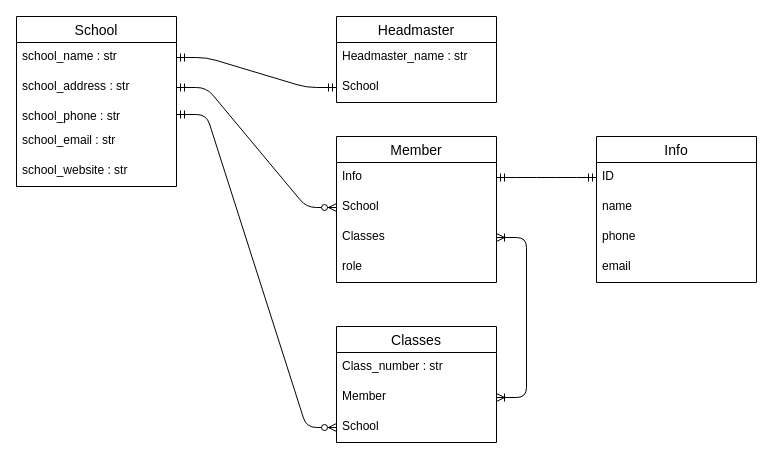
Above: db.drawio in Nxwbtk/Lexnetix-Assignment (draw.io), before the change. Source tidied: cells renumbered, new cells numbered last; positions are measured from the earlier drawing's top-left corner, leaving out a move shared by most shapes. Both pictures are drawn from the tidied source at 100%, with x=0, y=0 at pixel (16, 16).
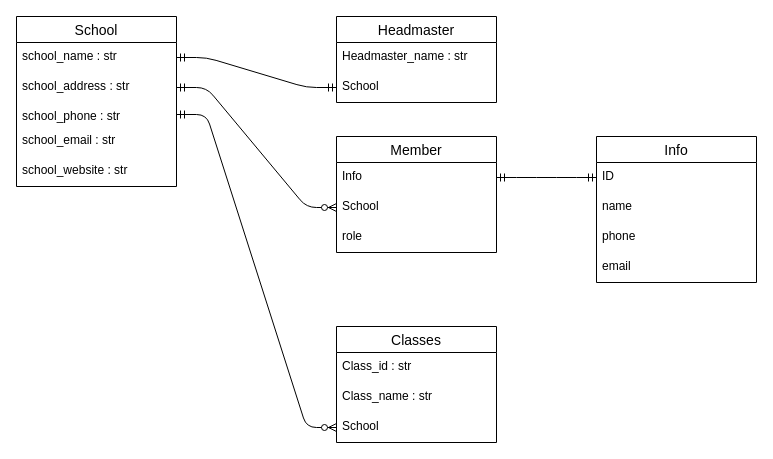
After the change.

The change refers to these unchanged cells:
```xml
<mxCell id="24" value="Classes" style="swimlane;fontStyle=0;horizontal=1;startSize=26;align=center;fontSize=14;" parent="1" vertex="1">
  <mxGeometry x="320" y="310" width="160" height="116" as="geometry" />
</mxCell>
```

Change to the diagram source:
```diff
@@
     <mxCell id="12" value="Member" style="swimlane;fontStyle=0;horizontal=1;startSize=26;align=center;fontSize=14;" parent="1" vertex="1">
-      <mxGeometry x="320" y="120" width="160" height="146" as="geometry" />
+      <mxGeometry x="320" y="120" width="160" height="116" as="geometry" />
     </mxCell>
@@
-    <mxCell id="15" value="Classes" style="text;strokeColor=none;fillColor=none;spacingLeft=4;spacingRight=4;overflow=hidden;points=[[0,0.5],[1,0.5]];portConstraint=eastwest;fontSize=12;" parent="12" vertex="1">
-      <mxGeometry y="86" width="160" height="30" as="geometry" />
-    </mxCell>
     <mxCell id="16" value="role" style="text;strokeColor=none;fillColor=none;spacingLeft=4;spacingRight=4;overflow=hidden;fontSize=12;" parent="12" vertex="1">
-      <mxGeometry y="116" width="160" height="30" as="geometry" />
+      <mxGeometry y="86" width="160" height="30" as="geometry" />
     </mxCell>
@@
-    <mxCell id="25" value="Class_number : str" style="text;strokeColor=none;fillColor=none;spacingLeft=4;spacingRight=4;overflow=hidden;fontSize=12;" parent="24" vertex="1">
+    <mxCell id="25" value="Class_id : str" style="text;strokeColor=none;fillColor=none;spacingLeft=4;spacingRight=4;overflow=hidden;fontSize=12;" parent="24" vertex="1">
       <mxGeometry y="26" width="160" height="30" as="geometry" />
     </mxCell>
-    <mxCell id="26" value="Member" style="text;strokeColor=none;fillColor=none;spacingLeft=4;spacingRight=4;overflow=hidden;points=[[0,0.5],[1,0.5]];portConstraint=eastwest;fontSize=12;" parent="24" vertex="1">
+    <mxCell id="26" value="Class_name : str" style="text;strokeColor=none;fillColor=none;spacingLeft=4;spacingRight=4;overflow=hidden;points=[[0,0.5],[1,0.5]];portConstraint=eastwest;fontSize=12;" parent="24" vertex="1">
       <mxGeometry y="56" width="160" height="30" as="geometry" />
     </mxCell>
@@
-    <mxCell id="29" style="edgeStyle=entityRelationEdgeStyle;fontSize=12;html=1;endArrow=ERoneToMany;startArrow=ERoneToMany;entryX=1;entryY=0.5;entryDx=0;entryDy=0;exitX=1;exitY=0.5;exitDx=0;exitDy=0;" parent="1" edge="1" source="26" target="15">
-      <mxGeometry relative="1" as="geometry" />
-    </mxCell>
```
